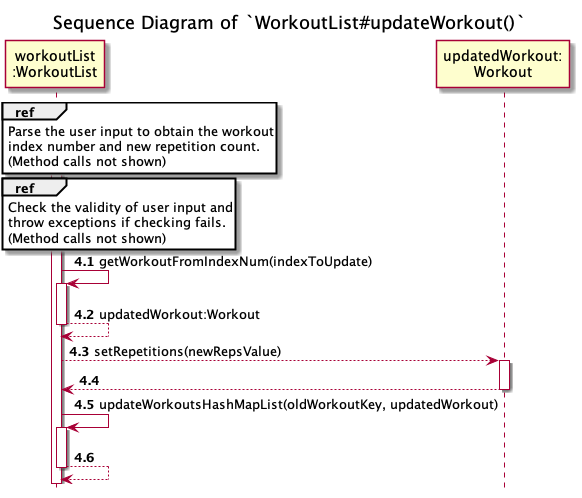
This is docs/uml/sequenceDiagrams/workouts/images/updateWorkout-Part2.png from nus-cs2113-AY2122S2/tp, a PlantUML export, as it was before one commit. Source of this version:
```plantuml
@startuml
!include ../../Style.puml

autonumber 4.1

title Sequence Diagram of `WorkoutList#updateWorkout()`
hide footbox

participant "workoutList\n:WorkoutList" AS wl
participant "updatedWorkout:\nWorkout" AS workout

activate wl

ref over wl
Parse the user input to obtain the workout
index number and new repetition count.
(Method calls not shown)
end

ref over wl
Check the validity of user input and
throw exceptions if checking fails.
(Method calls not shown)
end

wl -> wl : getWorkoutFromIndexNum(indexToUpdate)
activate wl
return updatedWorkout:Workout

wl --> workout : setRepetitions(newRepsValue)
activate workout
return

wl -> wl : updateWorkoutsHashMapList(oldWorkoutKey, updatedWorkout)
activate wl
return

@enduml
```
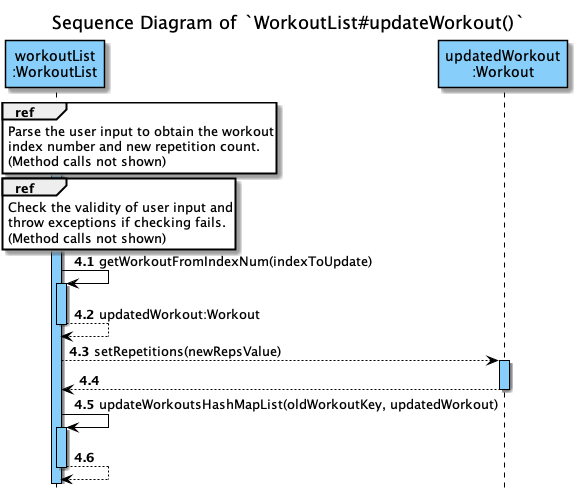
After the commit.

Commit message:
Color sequence diagram and standardize the arrow color to black

Diff of the diagram source:
```diff
@@ -6,10 +6,10 @@
 title Sequence Diagram of `WorkoutList#updateWorkout()`
 hide footbox
 
-participant "workoutList\n:WorkoutList" AS wl
-participant "updatedWorkout:\nWorkout" AS workout
+participant "workoutList\n:WorkoutList" AS wl COLOR_LOGIC
+participant "updatedWorkout\n:Workout" AS workout COLOR_LOGIC
 
-activate wl
+activate wl COLOR_LOGIC
 
 ref over wl
 Parse the user input to obtain the workout
@@ -24,15 +24,15 @@
 end
 
 wl -> wl : getWorkoutFromIndexNum(indexToUpdate)
-activate wl
+activate wl COLOR_LOGIC
 return updatedWorkout:Workout
 
 wl --> workout : setRepetitions(newRepsValue)
-activate workout
+activate workout COLOR_LOGIC
 return
 
 wl -> wl : updateWorkoutsHashMapList(oldWorkoutKey, updatedWorkout)
-activate wl
+activate wl COLOR_LOGIC
 return
 
 @enduml
```
